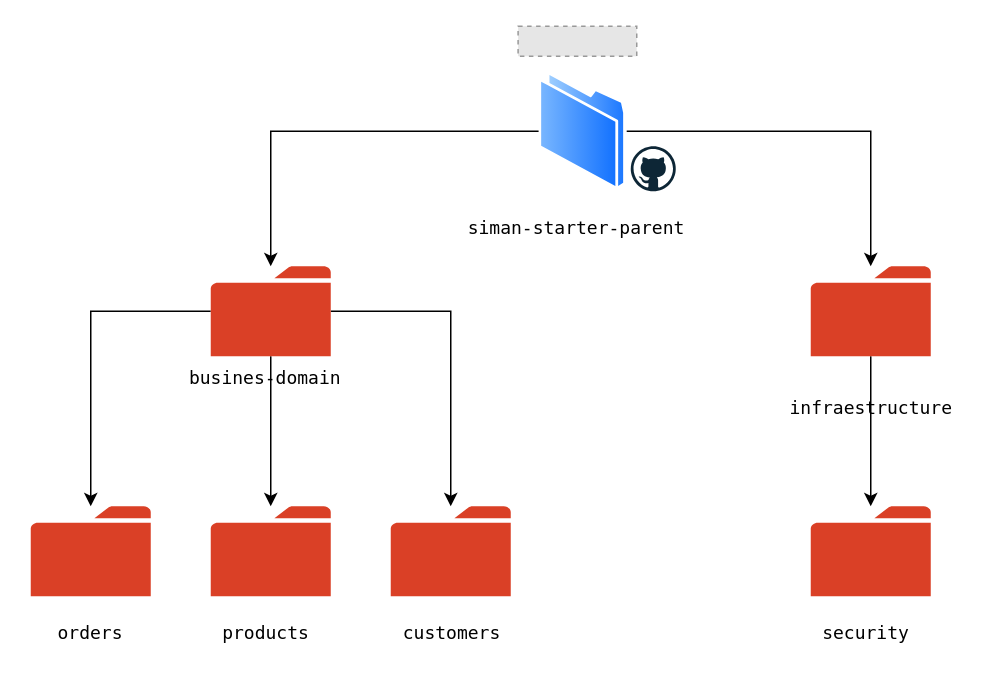
Above: diagramas/Architecture_Maven_Microservice.drawio in csurio/drawio (draw.io), before the change. Source tidied: cells renumbered, new cells numbered last; positions are measured from the earlier drawing's top-left corner, leaving out a move shared by most shapes. Both pictures are drawn from the tidied source at 150%, with x=0, y=0 at pixel (24, 26). Pictures stored in the file or linked from it are replaced by grey dashed boxes.
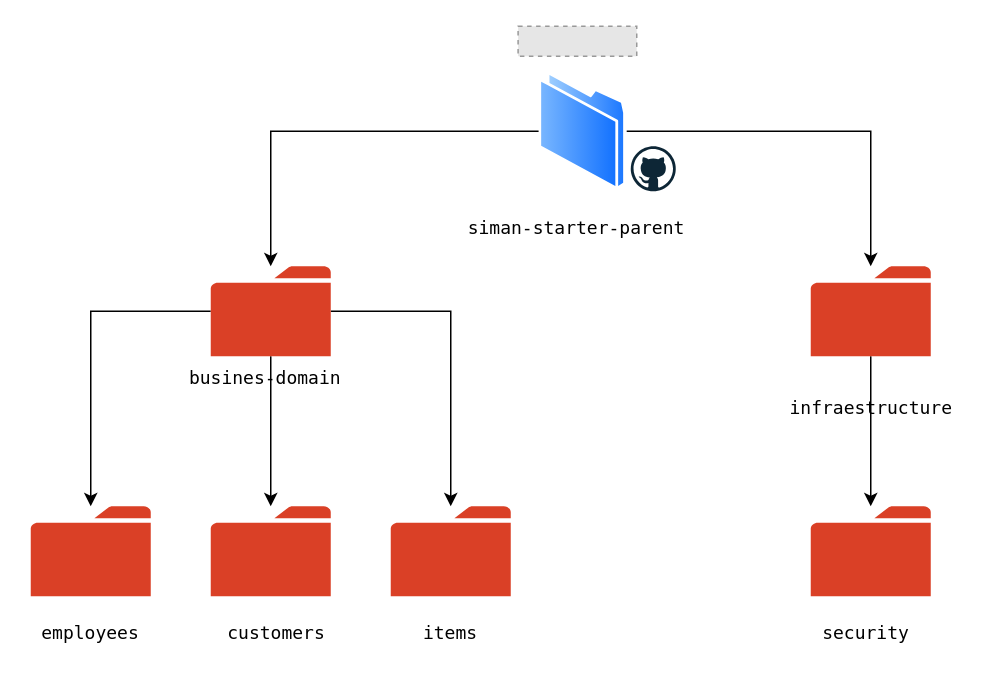
The same diagram, later.

Diff of the diagram source:
```diff
@@
-    <mxCell id="19" value="orders" style="text;strokeColor=none;align=center;fillColor=none;html=1;verticalAlign=middle;whiteSpace=wrap;rounded=0;fontFamily=Lucida Console;" parent="1" vertex="1">
-      <mxGeometry x="0.2" y="390" width="87.5" height="30" as="geometry" />
+    <mxCell id="19" value="items" style="text;strokeColor=none;align=center;fillColor=none;html=1;verticalAlign=middle;whiteSpace=wrap;rounded=0;fontFamily=Lucida Console;" parent="1" vertex="1">
+      <mxGeometry x="240.2" y="390" width="87.5" height="30" as="geometry" />
     </mxCell>
-    <mxCell id="20" value="products" style="text;strokeColor=none;align=center;fillColor=none;html=1;verticalAlign=middle;whiteSpace=wrap;rounded=0;fontFamily=Lucida Console;" parent="1" vertex="1">
-      <mxGeometry x="116.5" y="390" width="87.5" height="30" as="geometry" />
+    <mxCell id="20" value="employees" style="text;strokeColor=none;align=center;fillColor=none;html=1;verticalAlign=middle;whiteSpace=wrap;rounded=0;fontFamily=Lucida Console;" parent="1" vertex="1">
+      <mxGeometry x="0.2" y="390" width="87.5" height="30" as="geometry" />
     </mxCell>
     <mxCell id="21" value="customers" style="text;strokeColor=none;align=center;fillColor=none;html=1;verticalAlign=middle;whiteSpace=wrap;rounded=0;fontFamily=Lucida Console;" parent="1" vertex="1">
-      <mxGeometry x="241.4" y="390" width="87.5" height="30" as="geometry" />
+      <mxGeometry x="124" y="390" width="87.5" height="30" as="geometry" />
     </mxCell>
```
